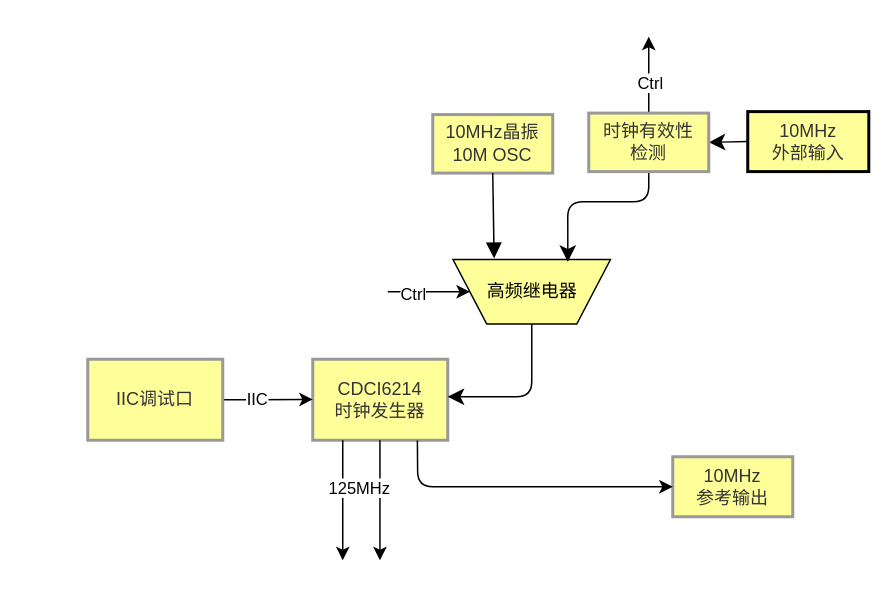
This is docs/流程图/时钟.drawio from EERNINUO/ArbWave30, a draw.io file, before an edit. Source tidied: cells renumbered, new cells numbered last; positions are measured from the earlier drawing's top-left corner, leaving out a move shared by most shapes. Both pictures are drawn from the tidied source at 150%, with x=0, y=0 at pixel (87, 36).
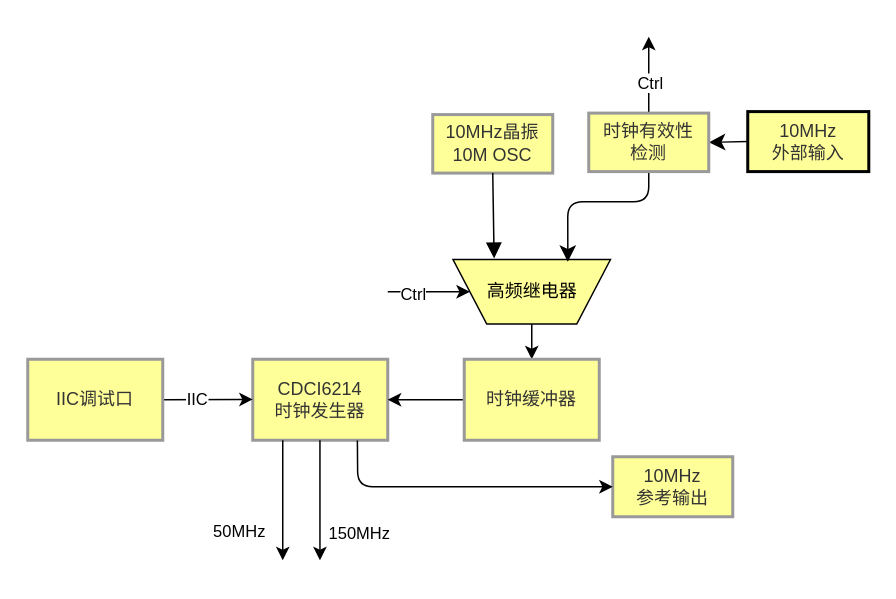
After the change.

Commit message (it also covers changes not shown here):
docs：更新部分过时数据/图表

Unchanged cells that the change refers to:
```xml
<mxCell id="6" value="高频继电器" style="shape=trapezoid;perimeter=trapezoidPerimeter;whiteSpace=wrap;html=1;fixedSize=1;direction=south;rotation=90;size=22.5;horizontal=0;fillColor=light-dark(#FFFF99,#1F2020);" parent="1" vertex="1">
  <mxGeometry x="274.5" y="117.5" width="43" height="105" as="geometry" />
</mxCell>
```

What changed in the source:
```diff
@@
     <mxCell id="3" value="CDCI6214&#10;时钟发生器" style="whiteSpace=wrap;strokeWidth=2;fillColor=light-dark(#FFFF99,#1F2020);strokeColor=light-dark(#999999,#cccccc);fontColor=light-dark(#333333,#cccccc);rotation=0;" parent="1" vertex="1">
-      <mxGeometry x="150" y="215" width="90" height="54" as="geometry" />
+      <mxGeometry x="110" y="215" width="90" height="54" as="geometry" />
     </mxCell>
     <mxCell id="4" value="10MHz&#10;参考输出" style="whiteSpace=wrap;strokeWidth=2;fillColor=light-dark(#FFFF99,#1F2020);strokeColor=light-dark(#999999,#cccccc);fontColor=light-dark(#333333,#cccccc);rotation=0;" parent="1" vertex="1">
-      <mxGeometry x="390" y="280" width="80" height="40" as="geometry" />
+      <mxGeometry x="350" y="280" width="80" height="40" as="geometry" />
     </mxCell>
@@
+    <mxCell id="23" style="edgeStyle=orthogonalEdgeStyle;rounded=0;jettySize=auto;html=1;exitX=0.5;exitY=0;exitDx=0;exitDy=0;entryX=0.5;entryY=0;entryDx=0;entryDy=0;" parent="1" edge="1" source="6" target="26">
+      <mxGeometry relative="1" as="geometry" />
+    </mxCell>
@@
-    <mxCell id="7" style="endArrow=classic;html=1;fontSize=12;startSize=8;endSize=8;curved=0;exitX=0.5;exitY=0;exitDx=0;exitDy=0;rounded=1;" parent="1" edge="1" source="6">
-      <mxGeometry relative="1" as="geometry">
-        <mxPoint x="240" y="240" as="targetPoint" />
-        <Array as="points">
-          <mxPoint x="296" y="240" />
-        </Array>
-      </mxGeometry>
-    </mxCell>
@@
     <mxCell id="10" style="endArrow=classic;html=1;rounded=1;exitX=0.775;exitY=1.002;exitDx=0;exitDy=0;entryX=0;entryY=0.5;entryDx=0;entryDy=0;curved=0;exitPerimeter=0;" parent="1" edge="1" source="3" target="4">
       <mxGeometry relative="1" as="geometry">
         <Array as="points">
-          <mxPoint x="220" y="300" />
+          <mxPoint x="180" y="300" />
         </Array>
       </mxGeometry>
     </mxCell>
     <mxCell id="11" style="endArrow=classic;html=1;rounded=0;" parent="1" edge="1">
       <mxGeometry relative="1" as="geometry">
-        <mxPoint x="194.8" y="269" as="sourcePoint" />
-        <mxPoint x="194.8" y="349" as="targetPoint" />
+        <mxPoint x="154.8" y="269" as="sourcePoint" />
+        <mxPoint x="154.8" y="349" as="targetPoint" />
       </mxGeometry>
     </mxCell>
     <mxCell id="12" style="endArrow=classic;html=1;rounded=0;" parent="1" edge="1">
       <mxGeometry relative="1" as="geometry">
-        <mxPoint x="170" y="269" as="sourcePoint" />
-        <mxPoint x="170" y="349" as="targetPoint" />
+        <mxPoint x="130" y="269" as="sourcePoint" />
+        <mxPoint x="130" y="349" as="targetPoint" />
       </mxGeometry>
     </mxCell>
-    <mxCell id="13" value="125MHz" style="edgeLabel;html=1;align=center;verticalAlign=middle;" parent="12" vertex="1">
+    <mxCell id="13" value="150MHz" style="edgeLabel;html=1;align=center;verticalAlign=middle;" parent="12" vertex="1">
       <mxGeometry x="-0.03" y="-1" relative="1" as="geometry">
-        <mxPoint x="11" y="-8" as="offset" />
+        <mxPoint x="51" y="22" as="offset" />
       </mxGeometry>
     </mxCell>
+    <mxCell id="24" value="50MHz" style="edgeLabel;html=1;align=center;verticalAlign=middle;" parent="12" vertex="1">
+      <mxGeometry x="0.51" y="-2" relative="1" as="geometry">
+        <mxPoint x="-28" as="offset" />
+      </mxGeometry>
+    </mxCell>
     <mxCell id="14" value=" " style="endArrow=classic;html=1;rounded=0;exitX=1;exitY=0.5;exitDx=0;exitDy=0;" parent="1" edge="1" source="22">
       <mxGeometry relative="1" as="geometry">
-        <mxPoint x="150" y="241.8" as="targetPoint" />
+        <mxPoint x="110" y="241.8" as="targetPoint" />
       </mxGeometry>
     </mxCell>
@@
     <mxCell id="22" value="IIC调试口" style="whiteSpace=wrap;strokeWidth=2;fillColor=light-dark(#FFFF99,#1F2020);strokeColor=light-dark(#999999,#cccccc);fontColor=light-dark(#333333,#cccccc);rotation=0;" parent="1" vertex="1">
-      <mxGeometry y="215" width="90" height="54" as="geometry" />
+      <mxGeometry x="-40" y="215" width="90" height="54" as="geometry" />
     </mxCell>
+    <mxCell id="25" style="edgeStyle=orthogonalEdgeStyle;rounded=0;jettySize=auto;html=1;" parent="1" edge="1" source="26" target="3">
+      <mxGeometry relative="1" as="geometry" />
+    </mxCell>
+    <mxCell id="26" value="时钟缓冲器" style="whiteSpace=wrap;strokeWidth=2;fillColor=light-dark(#FFFF99,#1F2020);strokeColor=light-dark(#999999,#cccccc);fontColor=light-dark(#333333,#cccccc);rotation=0;" parent="1" vertex="1">
+      <mxGeometry x="251" y="215" width="90" height="54" as="geometry" />
+    </mxCell>
```
